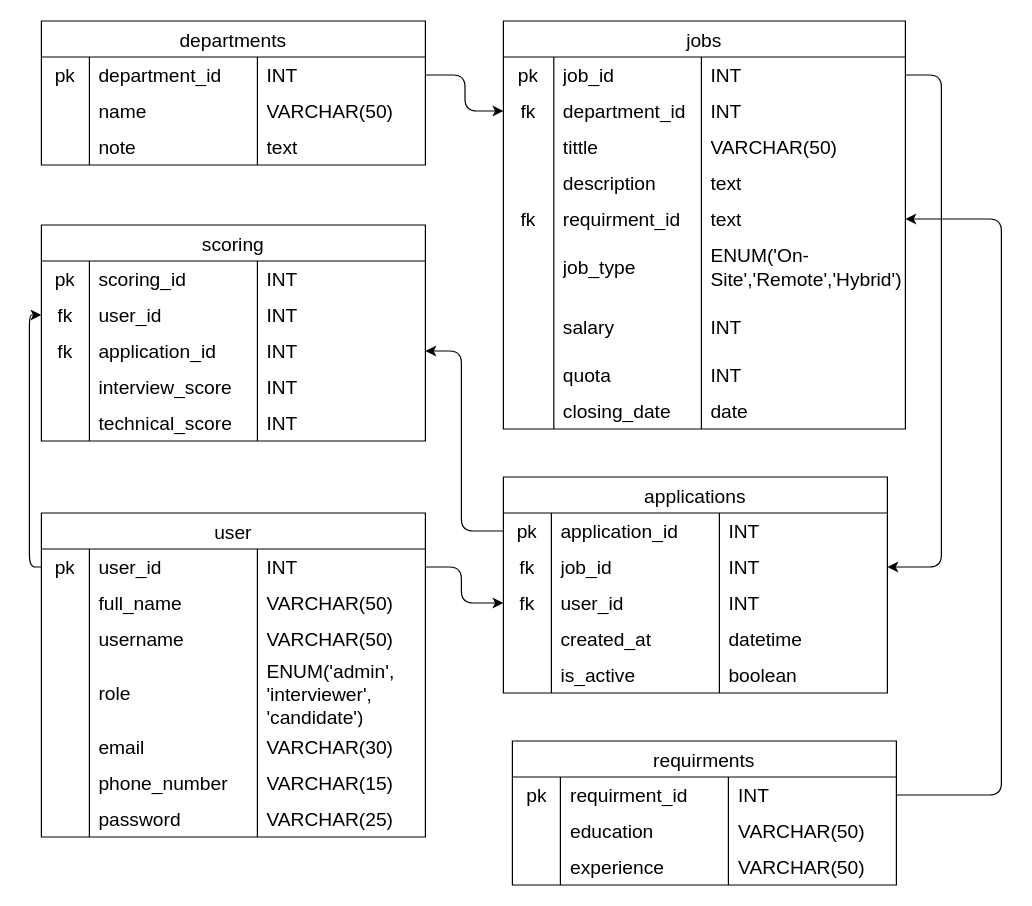
Above: ERD.drawio in xcyltra/Group-3_Final-Exam_AP (draw.io), before the change. Source tidied: cells renumbered, new cells numbered last; positions are measured from the earlier drawing's top-left corner, leaving out a move shared by most shapes. Both pictures are drawn from the tidied source at 120%, with x=0, y=0 at pixel (41, 20).
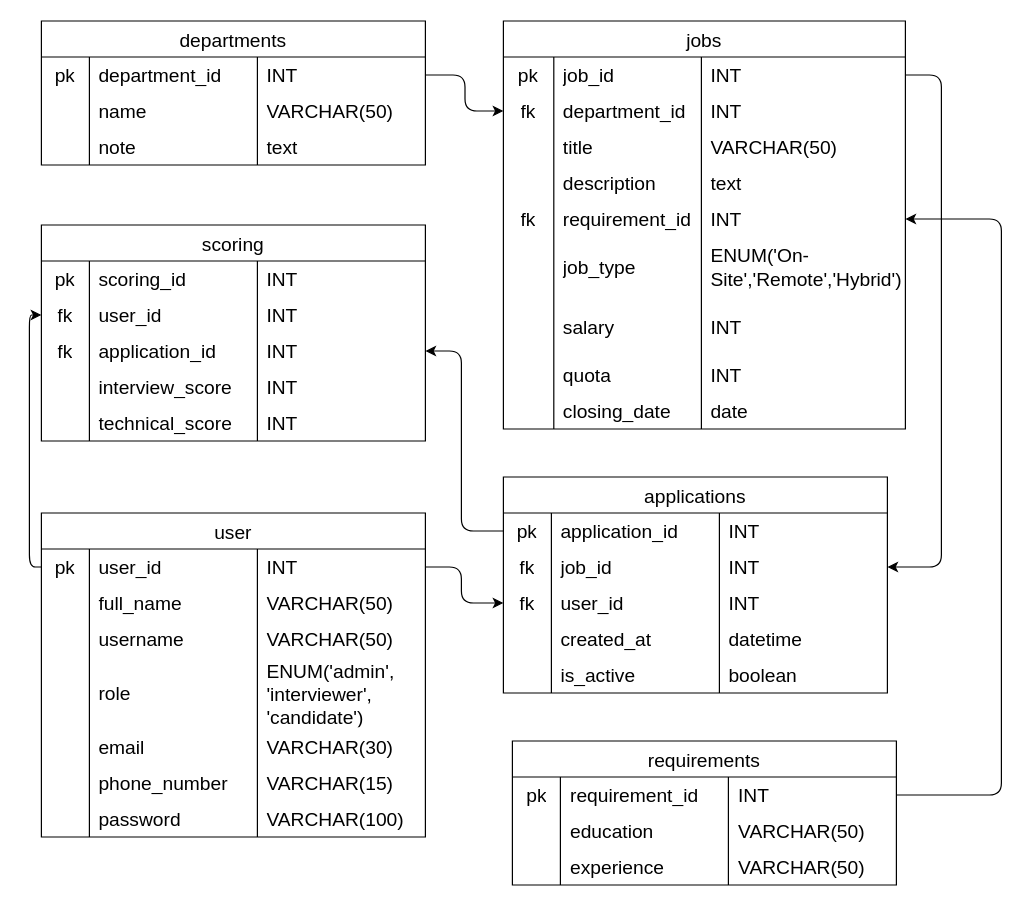
The same diagram, later.

Unchanged cells that the change refers to:
```xml
<mxCell id="24" style="shape=tableRow;horizontal=0;startSize=0;swimlaneHead=0;swimlaneBody=0;top=0;left=0;bottom=0;right=0;fillColor=none;strokeColor=inherit;fontSize=16;" parent="15" vertex="1">
  <mxGeometry y="90" width="335" height="30" as="geometry" />
</mxCell>
<mxCell id="32" style="shape=tableRow;horizontal=0;startSize=0;swimlaneHead=0;swimlaneBody=0;top=0;left=0;bottom=0;right=0;fillColor=none;points=[[0,0.5],[1,0.5]];portConstraint=eastwest;strokeColor=inherit;fontSize=16;" parent="15" vertex="1">
  <mxGeometry y="150" width="335" height="30" as="geometry" />
</mxCell>
<mxCell id="77" style="shape=tableRow;horizontal=0;startSize=0;swimlaneHead=0;swimlaneBody=0;top=0;left=0;bottom=0;right=0;fillColor=none;strokeColor=inherit;fontSize=16;" parent="52" vertex="1">
  <mxGeometry y="240" width="320" height="30" as="geometry" />
</mxCell>
<mxCell id="129" style="shape=tableRow;horizontal=0;startSize=0;swimlaneHead=0;swimlaneBody=0;top=0;left=0;bottom=0;right=0;fillColor=none;points=[[0,0.5],[1,0.5]];portConstraint=eastwest;strokeColor=inherit;fontSize=16;" parent="128" vertex="1">
  <mxGeometry y="30" width="320" height="30" as="geometry" />
</mxCell>
```

What changed in the source:
```diff
@@
-    <mxCell id="26" value="tittle" style="shape=partialRectangle;html=1;whiteSpace=wrap;fillColor=none;top=0;left=0;bottom=0;right=0;align=left;spacingLeft=6;overflow=hidden;strokeColor=inherit;fontSize=16;" parent="24" vertex="1">
+    <mxCell id="26" value="title" style="shape=partialRectangle;html=1;whiteSpace=wrap;fillColor=none;top=0;left=0;bottom=0;right=0;align=left;spacingLeft=6;overflow=hidden;strokeColor=inherit;fontSize=16;" parent="24" vertex="1">
       <mxGeometry x="42" width="123" height="30" as="geometry" />
     </mxCell>
@@
-    <mxCell id="34" value="requirment_id" style="shape=partialRectangle;html=1;whiteSpace=wrap;fillColor=none;top=0;left=0;bottom=0;right=0;align=left;spacingLeft=6;overflow=hidden;strokeColor=inherit;fontSize=16;" parent="32" vertex="1">
+    <mxCell id="34" value="requirement_id" style="shape=partialRectangle;html=1;whiteSpace=wrap;fillColor=none;top=0;left=0;bottom=0;right=0;align=left;spacingLeft=6;overflow=hidden;strokeColor=inherit;fontSize=16;" parent="32" vertex="1">
       <mxGeometry x="42" width="123" height="30" as="geometry" />
     </mxCell>
-    <mxCell id="35" value="text" style="shape=partialRectangle;html=1;whiteSpace=wrap;fillColor=none;top=0;left=0;bottom=0;right=0;align=left;spacingLeft=6;overflow=hidden;strokeColor=inherit;fontSize=16;" parent="32" vertex="1">
+    <mxCell id="35" value="INT" style="shape=partialRectangle;html=1;whiteSpace=wrap;fillColor=none;top=0;left=0;bottom=0;right=0;align=left;spacingLeft=6;overflow=hidden;strokeColor=inherit;fontSize=16;" parent="32" vertex="1">
       <mxGeometry x="165" width="170" height="30" as="geometry" />
     </mxCell>
@@
-    <mxCell id="80" value="VARCHAR(25)" style="shape=partialRectangle;html=1;whiteSpace=wrap;fillColor=none;top=0;left=0;bottom=0;right=0;align=left;spacingLeft=6;overflow=hidden;strokeColor=inherit;fontSize=16;" parent="77" vertex="1">
+    <mxCell id="80" value="VARCHAR(100)" style="shape=partialRectangle;html=1;whiteSpace=wrap;fillColor=none;top=0;left=0;bottom=0;right=0;align=left;spacingLeft=6;overflow=hidden;strokeColor=inherit;fontSize=16;" parent="77" vertex="1">
       <mxGeometry x="180" width="140" height="30" as="geometry" />
     </mxCell>
@@
-    <mxCell id="128" value="requirments" style="shape=table;startSize=30;childLayout=tableLayout;rowLines=0;fontStyle=0;strokeColor=default;fontSize=16;" parent="1" vertex="1">
+    <mxCell id="128" value="requirements" style="shape=table;startSize=30;childLayout=tableLayout;rowLines=0;fontStyle=0;strokeColor=default;fontSize=16;" parent="1" vertex="1">
       <mxGeometry x="392.5" y="600" width="320" height="120" as="geometry" />
     </mxCell>
@@
-    <mxCell id="131" value="&lt;span style=&quot;color: rgb(0, 0, 0);&quot;&gt;requirment_id&lt;/span&gt;" style="shape=partialRectangle;html=1;whiteSpace=wrap;fillColor=none;top=0;left=0;bottom=0;right=0;align=left;spacingLeft=6;overflow=hidden;strokeColor=inherit;fontSize=16;" parent="129" vertex="1">
+    <mxCell id="131" value="&lt;span style=&quot;color: rgb(0, 0, 0);&quot;&gt;requirement_id&lt;/span&gt;" style="shape=partialRectangle;html=1;whiteSpace=wrap;fillColor=none;top=0;left=0;bottom=0;right=0;align=left;spacingLeft=6;overflow=hidden;strokeColor=inherit;fontSize=16;" parent="129" vertex="1">
       <mxGeometry x="40" width="140" height="30" as="geometry" />
     </mxCell>
```
